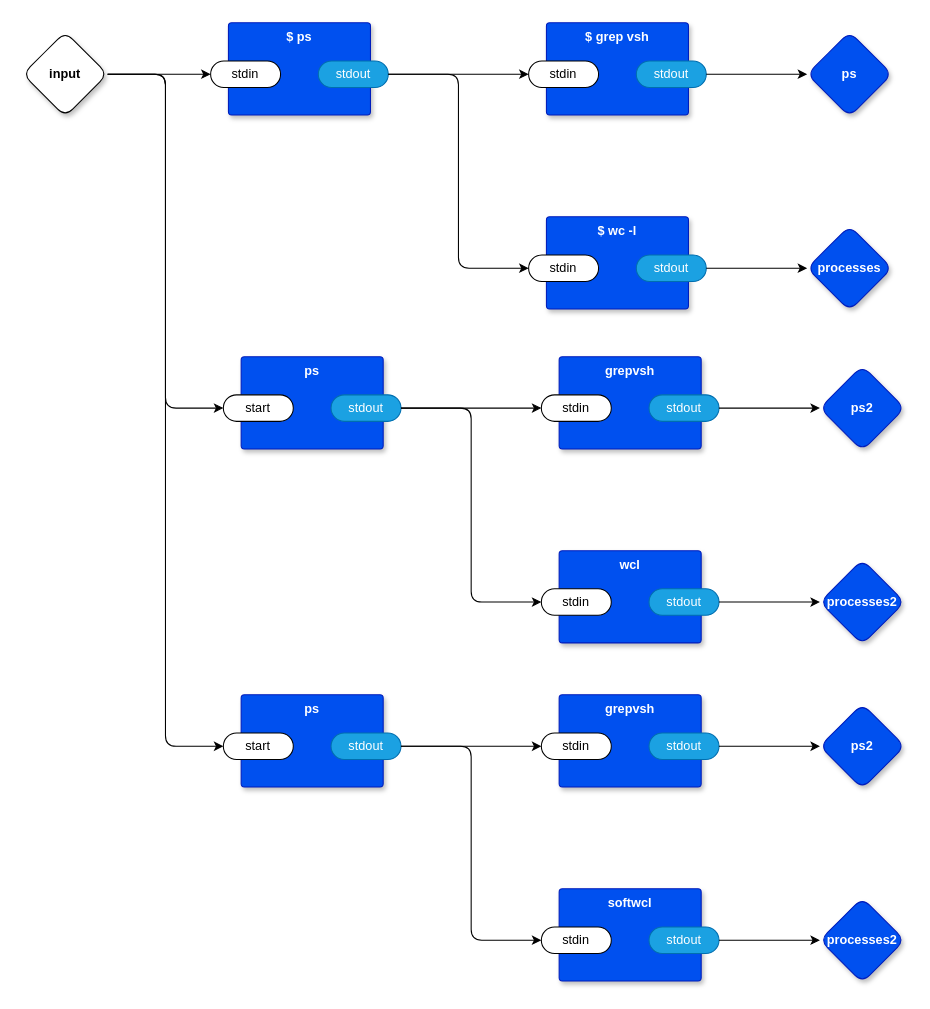
Earlier version of the draw.io diagram page "main" (1 of 5) of vsh.drawio (guitarvydas/odin0d). Source tidied: cells renumbered, new cells numbered last; positions are measured from the earlier drawing's top-left corner, leaving out a move shared by most shapes. Both pictures are drawn from the tidied source at 106%, with x=0, y=0 at pixel (22, 22).
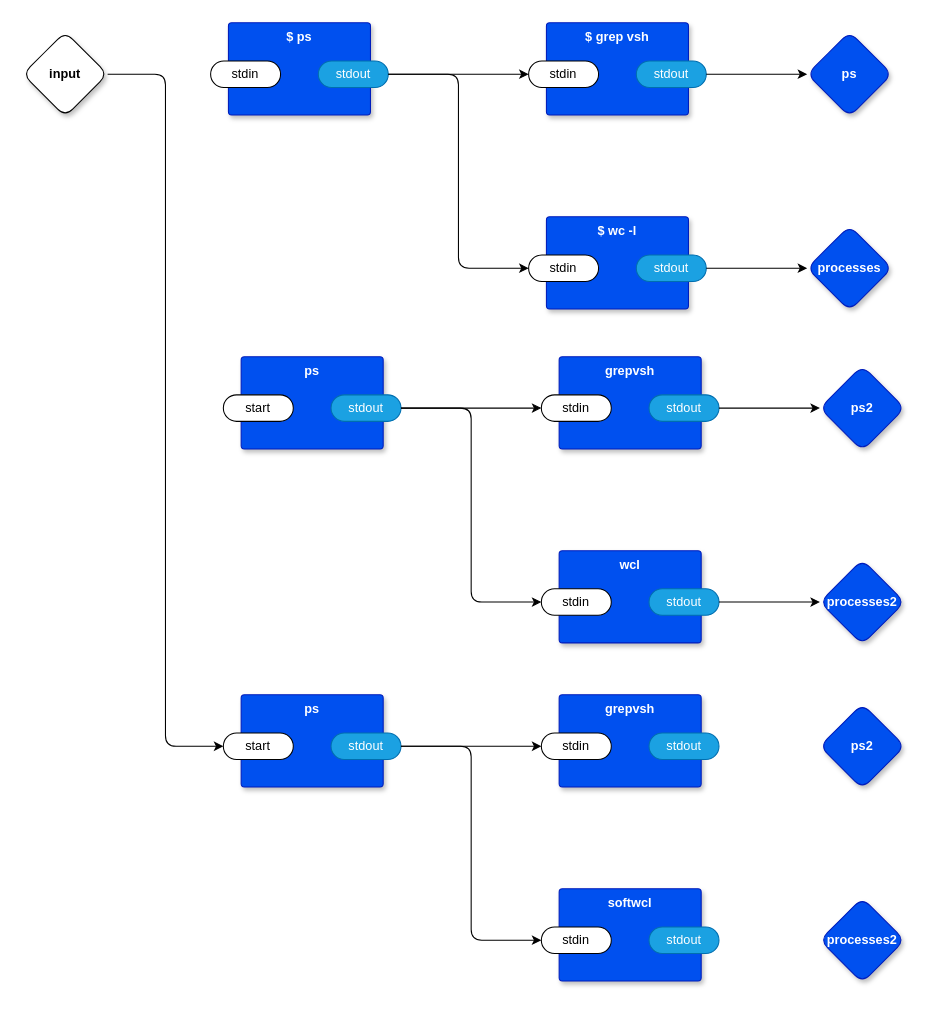
The same diagram, later.

Unchanged cells that the change refers to:
```xml
<mxCell id="5" value="input" style="rhombus;whiteSpace=wrap;html=1;rounded=1;fontStyle=1;glass=0;sketch=0;fontSize=12;points=[[0,0.5,0,0,0],[0.5,0,0,0,0],[0.5,1,0,0,0],[1,0.5,0,0,0]];shadow=1;" parent="1" vertex="1">
  <mxGeometry y="8.5" width="80" height="80" as="geometry" />
</mxCell>
<mxCell id="8" value="stdin" style="rounded=1;whiteSpace=wrap;html=1;sketch=0;points=[[0,0.5,0,0,0],[1,0.5,0,0,0]];arcSize=50;" parent="7" vertex="1">
  <mxGeometry x="-16.8" y="36" width="66" height="25" as="geometry" />
</mxCell>
<mxCell id="23" value="start" style="rounded=1;whiteSpace=wrap;html=1;sketch=0;points=[[0,0.5,0,0,0],[1,0.5,0,0,0]];arcSize=50;" parent="22" vertex="1">
  <mxGeometry x="-16.8" y="36" width="66" height="25" as="geometry" />
</mxCell>
<mxCell id="36" value="ps2" style="rhombus;whiteSpace=wrap;html=1;rounded=1;fillColor=#0050ef;fontColor=#ffffff;strokeColor=#001DBC;fontStyle=1;glass=0;sketch=0;fontSize=12;points=[[0,0.5,0,0,0],[0.5,0,0,0,0],[0.5,1,0,0,0],[1,0.5,0,0,0]];shadow=1;" parent="1" vertex="1">
  <mxGeometry x="752" y="642.5" width="80" height="80" as="geometry" />
</mxCell>
<mxCell id="42" value="stdout" style="rounded=1;whiteSpace=wrap;html=1;sketch=0;points=[[0,0.5,0,0,0],[1,0.5,0,0,0]];fillColor=#1ba1e2;fontColor=#ffffff;strokeColor=#006EAF;arcSize=50;" parent="40" vertex="1">
  <mxGeometry x="84.8" y="36" width="66" height="25" as="geometry" />
</mxCell>
<mxCell id="47" value="stdout" style="rounded=1;whiteSpace=wrap;html=1;sketch=0;points=[[0,0.5,0,0,0],[1,0.5,0,0,0]];fillColor=#1ba1e2;fontColor=#ffffff;strokeColor=#006EAF;arcSize=50;" parent="45" vertex="1">
  <mxGeometry x="84.8" y="36" width="66" height="25" as="geometry" />
</mxCell>
<mxCell id="49" value="processes2" style="rhombus;whiteSpace=wrap;html=1;rounded=1;fillColor=#0050ef;fontColor=#ffffff;strokeColor=#001DBC;fontStyle=1;glass=0;sketch=0;fontSize=12;points=[[0,0.5,0,0,0],[0.5,0,0,0,0],[0.5,1,0,0,0],[1,0.5,0,0,0]];shadow=1;" parent="1" vertex="1">
  <mxGeometry x="752" y="825.5" width="80" height="80" as="geometry" />
</mxCell>
```

The edit, as a diff of the source:
```diff
@@
-    <mxCell id="2" style="edgeStyle=orthogonalEdgeStyle;rounded=1;jettySize=auto;html=1;exitX=1;exitY=0.5;exitDx=0;exitDy=0;exitPerimeter=0;entryX=0;entryY=0.5;entryDx=0;entryDy=0;entryPerimeter=0;" parent="1" edge="1" source="5" target="8">
-      <mxGeometry relative="1" as="geometry" />
-    </mxCell>
-    <mxCell id="3" style="edgeStyle=orthogonalEdgeStyle;rounded=1;jettySize=auto;html=1;exitX=1;exitY=0.5;exitDx=0;exitDy=0;exitPerimeter=0;entryX=0;entryY=0.5;entryDx=0;entryDy=0;entryPerimeter=0;" parent="1" edge="1" source="5" target="23">
-      <mxGeometry relative="1" as="geometry" />
-    </mxCell>
@@
-    <mxCell id="44" style="edgeStyle=orthogonalEdgeStyle;rounded=1;jettySize=auto;html=1;exitX=1;exitY=0.5;exitDx=0;exitDy=0;exitPerimeter=0;entryX=0;entryY=0.5;entryDx=0;entryDy=0;entryPerimeter=0;" parent="1" edge="1" source="42" target="36">
-      <mxGeometry relative="1" as="geometry" />
-    </mxCell>
@@
-    <mxCell id="50" style="edgeStyle=orthogonalEdgeStyle;rounded=1;jettySize=auto;html=1;exitX=1;exitY=0.5;exitDx=0;exitDy=0;exitPerimeter=0;entryX=0;entryY=0.5;entryDx=0;entryDy=0;entryPerimeter=0;" parent="1" edge="1" source="47" target="49">
-      <mxGeometry relative="1" as="geometry" />
-    </mxCell>
```
